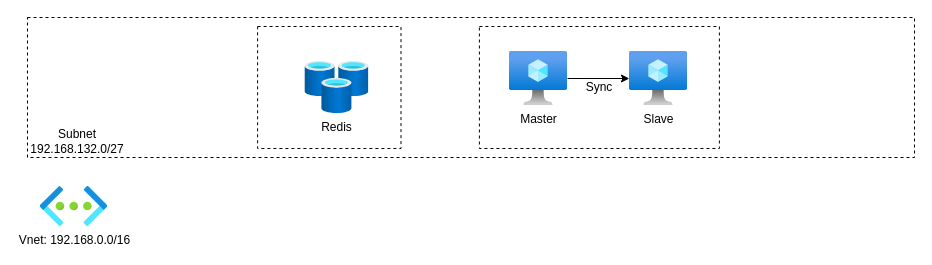
Above: 数据库主从.drawio in scxiang/azure (draw.io), before the change. Source tidied: cells renumbered, new cells numbered last; positions are measured from the earlier drawing's top-left corner, leaving out a move shared by most shapes. Both pictures are drawn from the tidied source at 100%, with x=0, y=0 at pixel (27, 17).
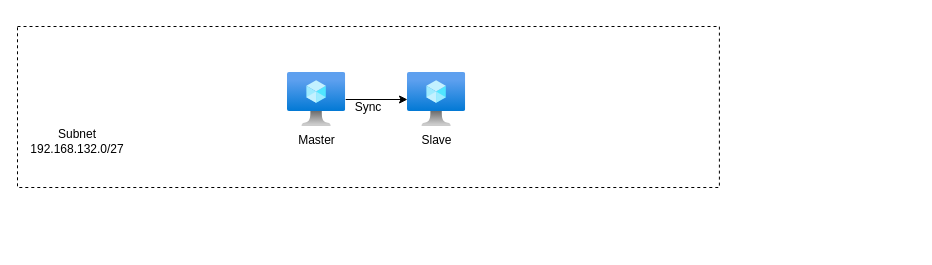
Above is the later version.

Commit message:
更新数据库主从.drawio

What changed in the source:
```diff
@@
 <mxGraphModel>
   <root>
     <mxCell id="0" />
     <mxCell id="1" parent="0" />
-    <mxCell id="2" style="whiteSpace=wrap;html=1;dashed=1;" parent="1" vertex="1">
-      <mxGeometry width="887" height="140" as="geometry" />
-    </mxCell>
     <mxCell id="3" value="Sync" style="whiteSpace=wrap;html=1;dashed=1;" parent="1" vertex="1">
-      <mxGeometry x="451.9" y="9" width="240" height="122" as="geometry" />
+      <mxGeometry x="-10" y="9" width="701.9" height="161" as="geometry" />
     </mxCell>
-    <mxCell id="4" style="whiteSpace=wrap;html=1;dashed=1;" parent="1" vertex="1">
-      <mxGeometry x="230.1" y="9" width="143.4" height="122" as="geometry" />
-    </mxCell>
     <mxCell id="5" style="edgeStyle=orthogonalEdgeStyle;rounded=0;jettySize=auto;html=1;" parent="1" edge="1" source="6" target="8">
       <mxGeometry relative="1" as="geometry" />
     </mxCell>
     <mxCell id="6" value="Master" style="html=1;points=[];align=center;image;fontSize=12;image=img/lib/azure2/compute/Virtual_Machine.svg;" parent="1" vertex="1">
-      <mxGeometry x="481.9" y="34" width="58.2" height="54" as="geometry" />
+      <mxGeometry x="260" y="55" width="58.2" height="54" as="geometry" />
     </mxCell>
-    <mxCell id="7" value="Redis" style="html=1;align=center;image;fontSize=12;image=img/lib/azure2/databases/Cache_Redis.svg;dashed=1;" parent="1" vertex="1">
-      <mxGeometry x="277.4" y="44" width="64" height="52" as="geometry" />
-    </mxCell>
     <mxCell id="8" value="Slave" style="html=1;points=[];align=center;image;fontSize=12;image=img/lib/azure2/compute/Virtual_Machine.svg;" parent="1" vertex="1">
-      <mxGeometry x="601.9" y="34" width="58.2" height="54" as="geometry" />
+      <mxGeometry x="380" y="55" width="58.2" height="54" as="geometry" />
     </mxCell>
     <mxCell id="9" value="Subnet 192.168.132.0/27" style="text;strokeColor=none;align=center;fillColor=none;html=1;verticalAlign=middle;whiteSpace=wrap;rounded=0;" parent="1" vertex="1">
       <mxGeometry x="20" y="109" width="60" height="30" as="geometry" />
     </mxCell>
-    <mxCell id="10" value="Vnet: 192.168.0.0/16" style="html=1;align=center;image;fontSize=12;image=img/lib/azure2/networking/Virtual_Networks.svg;dashed=1;" parent="1" vertex="1">
-      <mxGeometry x="13" y="169" width="67" height="40" as="geometry" />
-    </mxCell>
   </root>
 </mxGraphModel>
```
